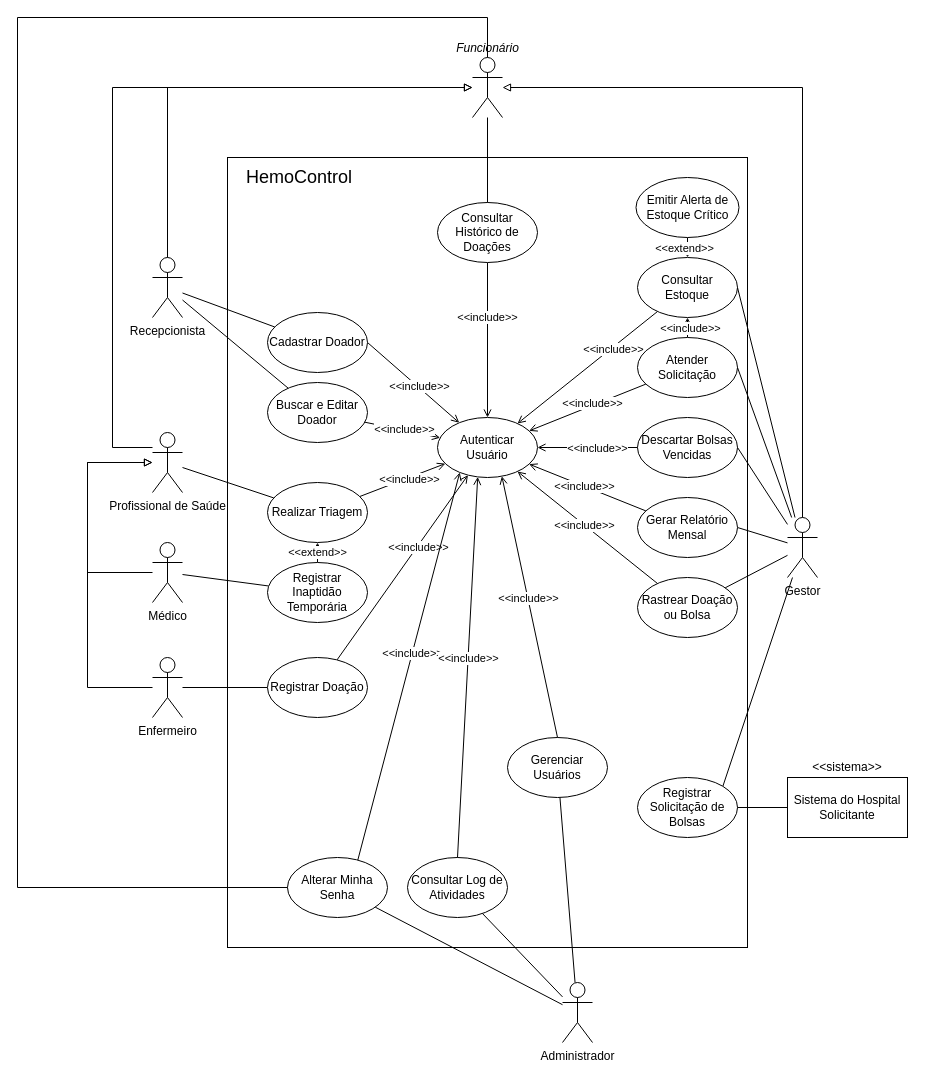
Before: docs/casos-de-uso.drawio in Grabiie/hemocontrol, a draw.io diagram. Source tidied: cells renumbered, new cells numbered last; positions are measured from the earlier drawing's top-left corner, leaving out a move shared by most shapes. Both pictures are drawn from the tidied source at 100%, with x=0, y=0 at pixel (17, 17).
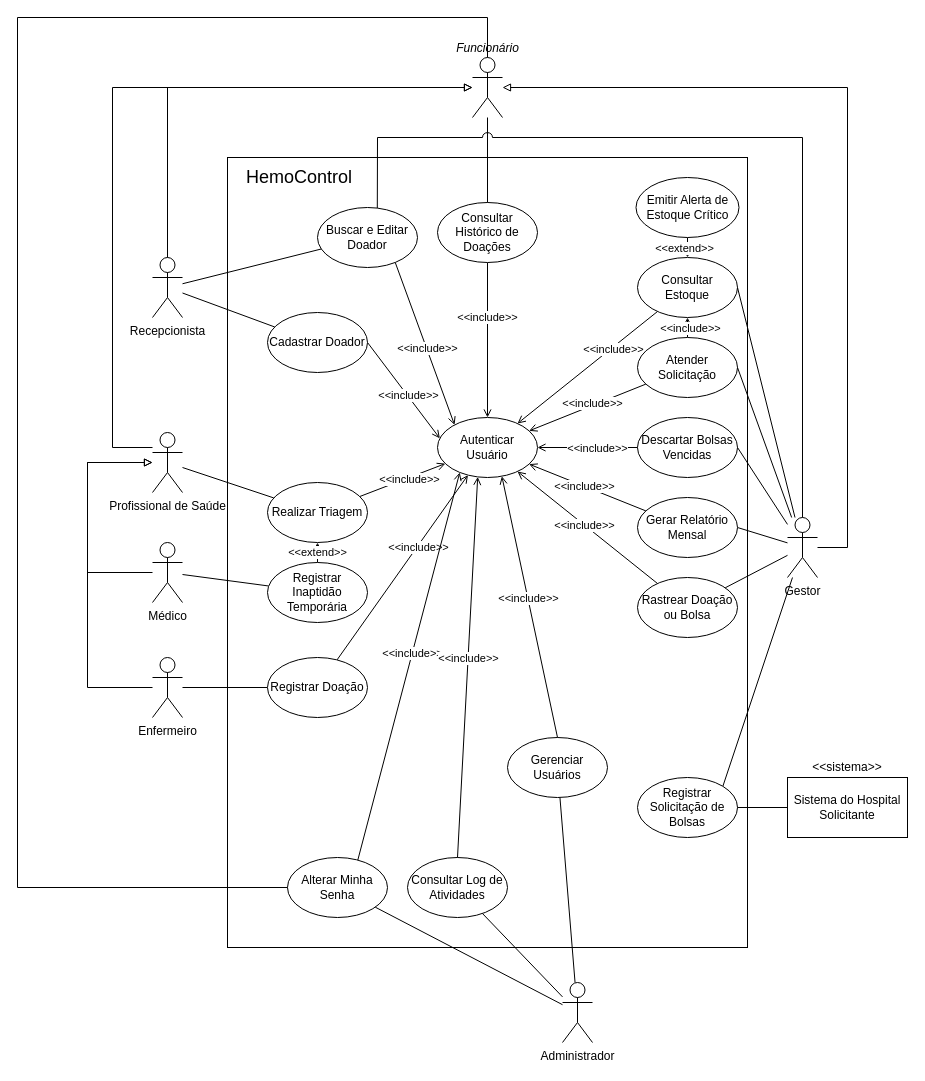
After the change.

Commit message (it also covers changes not shown here):
docs: liga o Gestor a Buscar e Editar Doador no diagrama de casos de uso

Unchanged cells that the change refers to:
```xml
<mxCell id="9" value="Gestor " style="shape=umlActor;verticalLabelPosition=bottom;verticalAlign=top;html=1;outlineConnect=0;labelPerimeter=1;" parent="1" vertex="1">
  <mxGeometry x="770" y="500" width="30" height="60" as="geometry" />
</mxCell>
<mxCell id="13" value="Cadastrar Doador" style="ellipse;whiteSpace=wrap;html=1;shapeInside=1;" parent="1" vertex="1">
  <mxGeometry x="250" y="295" width="100" height="60" as="geometry" />
</mxCell>
<mxCell id="39" value="Autenticar Usuário" style="ellipse;whiteSpace=wrap;html=1;shapeInside=1;" parent="1" vertex="1">
  <mxGeometry x="420" y="400" width="100" height="60" as="geometry" />
</mxCell>
<mxCell id="64" value="Funcionário" style="shape=umlActor;html=1;outlineConnect=0;labelPerimeter=1;verticalLabelPosition=top;verticalAlign=bottom;fontStyle=2;" parent="1" vertex="1">
  <mxGeometry x="455" y="40" width="30" height="60" as="geometry" />
</mxCell>
```

What changed in the source:
```diff
@@
-    <mxCell id="11" style="rounded=0;jettySize=auto;html=1;defaultLabelBackgroundColor=page;endArrow=open;endFill=0;flowAnimation=1;exitX=1;exitY=0.5;exitDx=0;exitDy=0;" parent="1" edge="1" source="13" target="39">
+    <mxCell id="11" style="rounded=0;jettySize=auto;html=1;defaultLabelBackgroundColor=page;endArrow=open;endFill=0;flowAnimation=1;exitX=1;exitY=0.5;exitDx=0;exitDy=0;entryX=0.03;entryY=0.35;entryDx=0;entryDy=0;" parent="1" edge="1" source="13" target="39">
       <mxGeometry relative="1" as="geometry" />
     </mxCell>
@@
     <mxCell id="57" value="Buscar e Editar Doador" style="ellipse;whiteSpace=wrap;html=1;shapeInside=1;" parent="1" vertex="1">
-      <mxGeometry x="250" y="365" width="100" height="60" as="geometry" />
+      <mxGeometry x="300" y="190" width="100" height="60" as="geometry" />
     </mxCell>
@@
-    <mxCell id="59" style="rounded=0;jettySize=auto;html=1;defaultLabelBackgroundColor=page;endArrow=open;endFill=0;flowAnimation=1;" parent="1" edge="1" source="57" target="39">
+    <mxCell id="59" style="rounded=0;jettySize=auto;html=1;defaultLabelBackgroundColor=page;endArrow=open;endFill=0;flowAnimation=1;exitX=0.8;exitY=0.95;exitDx=0;exitDy=0;entryX=0.15;entryY=0.1;entryDx=0;entryDy=0;" parent="1" edge="1" source="57" target="39">
       <mxGeometry relative="1" as="geometry" />
     </mxCell>
@@
-    <mxCell id="67" style="rounded=0;jettySize=auto;html=1;defaultLabelBackgroundColor=page;endArrow=block;endFill=0;exitX=0.5;exitY=0;exitDx=0;exitDy=0;entryX=1;entryY=0.5;entryDx=0;entryDy=0;" parent="1" edge="1" source="9" target="64">
+    <mxCell id="67" style="rounded=0;jettySize=auto;html=1;defaultLabelBackgroundColor=page;endArrow=block;endFill=0;exitX=1;exitY=0.5;exitDx=0;exitDy=0;entryX=1;entryY=0.5;entryDx=0;entryDy=0;" parent="1" edge="1" source="9" target="64">
       <mxGeometry relative="1" as="geometry">
         <Array as="points">
-          <mxPoint x="785" y="70" />
+          <mxPoint x="830" y="530" />
+          <mxPoint x="830" y="70" />
         </Array>
       </mxGeometry>
     </mxCell>
@@
+    <mxCell id="84" style="rounded=0;jettySize=auto;html=1;defaultLabelBackgroundColor=page;endArrow=none;endFill=0;jumpStyle=arc;jumpSize=10;exitX=0.5;exitY=0;exitDx=0;exitDy=0;entryX=0.6;entryY=0;entryDx=0;entryDy=0;" parent="1" edge="1" source="9" target="57">
+      <mxGeometry relative="1" as="geometry">
+        <Array as="points">
+          <mxPoint x="785" y="120" />
+          <mxPoint x="360" y="120" />
+        </Array>
+      </mxGeometry>
+    </mxCell>
```
